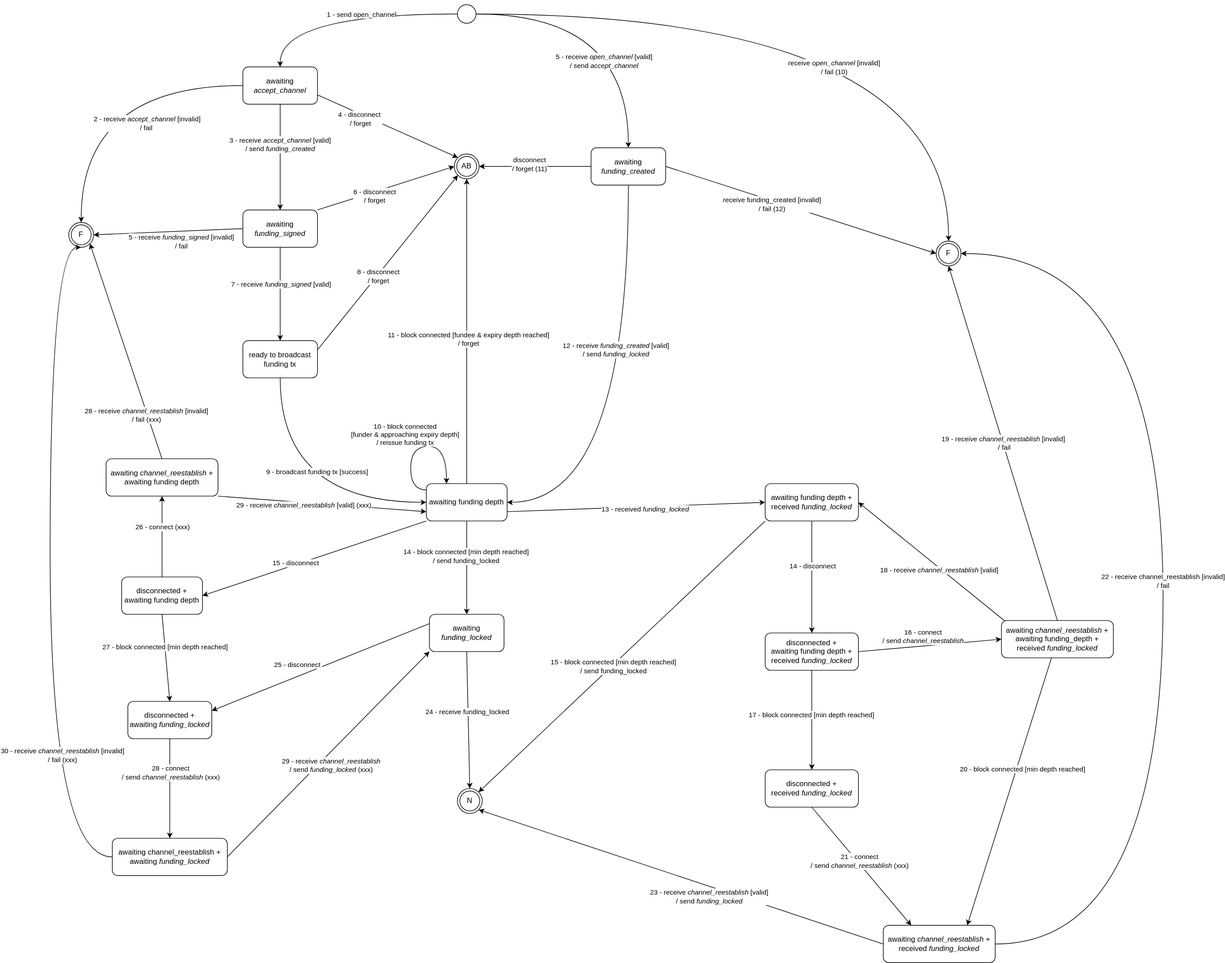
Above: docs/OpenChannel.svg in node-lightning/node-lightning (draw.io), before the change. Source tidied: cells renumbered, new cells last; positions are measured from the earlier drawing's top-left corner, leaving out a move shared by most shapes.
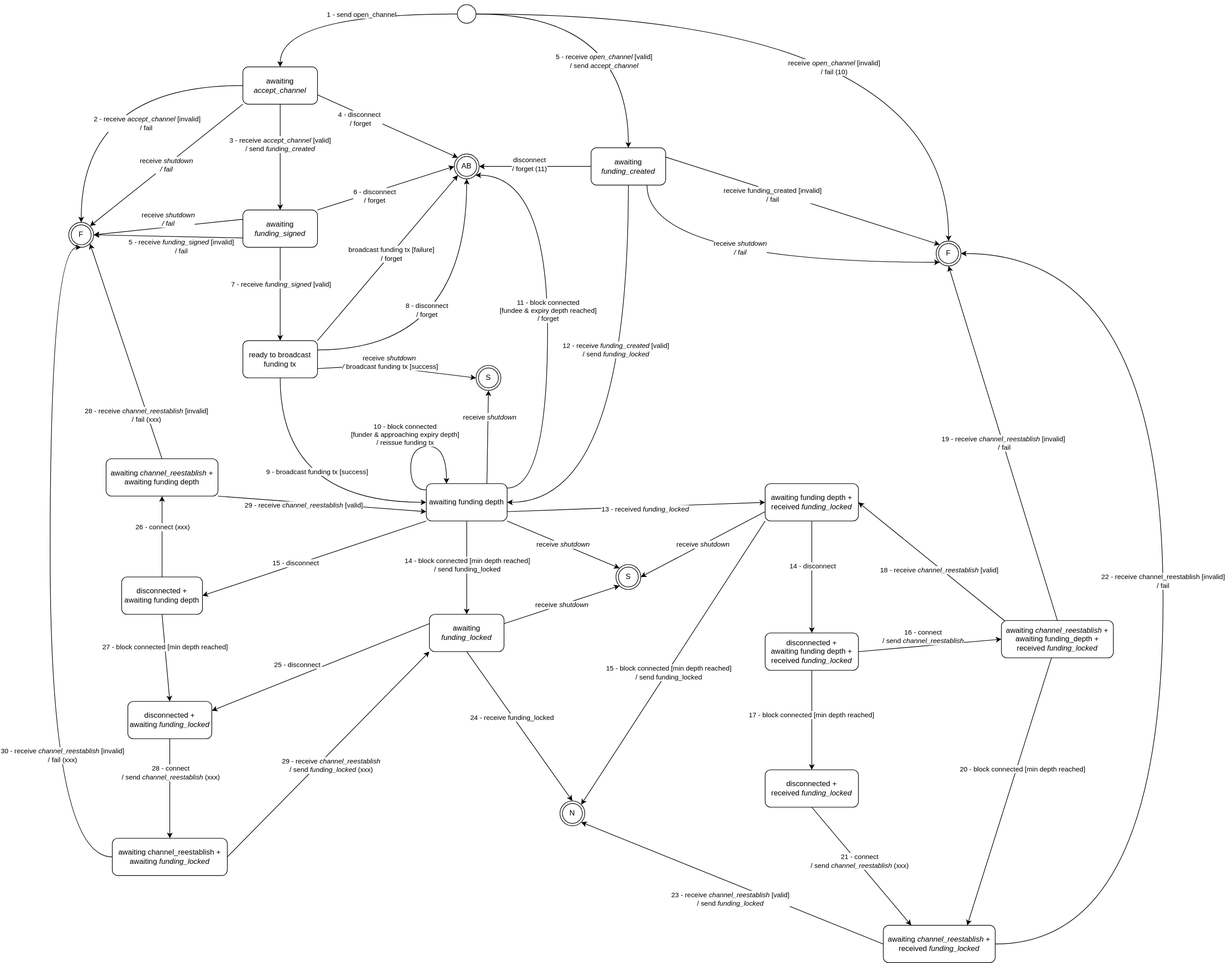
Above is the later version.

Commit message:
docs: add shutdown to open channel graph

Diff of the diagram source:
```diff
@@ -49,6 +49,9 @@
         <mxPoint x="41" y="12" as="offset" />
       </mxGeometry>
     </mxCell>
+    <mxCell id="96" value="receive &lt;i&gt;shutdown&lt;br&gt;/ fail&lt;br&gt;&lt;/i&gt;" style="rounded=0;jettySize=auto;html=1;exitX=0;exitY=1;exitDx=0;exitDy=0;entryX=1;entryY=0;entryDx=0;entryDy=0;" parent="1" edge="1" source="13" target="44">
+      <mxGeometry relative="1" as="geometry" />
+    </mxCell>
     <mxCell id="13" value="awaiting &lt;i&gt;accept_channel&lt;/i&gt;" style="rounded=1;whiteSpace=wrap;html=1;" parent="1" vertex="1">
       <mxGeometry x="310" y="100" width="120" height="60" as="geometry" />
     </mxCell>
@@ -58,7 +61,7 @@
     <mxCell id="15" value="3 - receive &lt;i&gt;accept_channel&amp;nbsp;&lt;/i&gt;[valid]&lt;br&gt;/ send &lt;i&gt;funding_created&lt;/i&gt;" style="edgeLabel;html=1;align=center;verticalAlign=middle;" parent="14" vertex="1">
       <mxGeometry x="-0.24" y="-1" relative="1" as="geometry" />
     </mxCell>
-    <mxCell id="16" style="rounded=0;jettySize=auto;html=1;exitX=0;exitY=0.5;exitDx=0;exitDy=0;entryX=1;entryY=0.5;entryDx=0;entryDy=0;" parent="1" edge="1" source="22" target="44">
+    <mxCell id="16" style="rounded=0;jettySize=auto;html=1;exitX=0;exitY=0.75;exitDx=0;exitDy=0;entryX=1;entryY=0.5;entryDx=0;entryDy=0;" parent="1" edge="1" source="22" target="44">
       <mxGeometry relative="1" as="geometry" />
     </mxCell>
     <mxCell id="17" value="5 - receive &lt;i&gt;funding_signed&lt;/i&gt; [invalid]&lt;br&gt;/ fail" style="edgeLabel;html=1;align=center;verticalAlign=middle;" parent="16" vertex="1">
@@ -85,25 +88,53 @@
         <mxPoint x="15" y="7" as="offset" />
       </mxGeometry>
     </mxCell>
+    <mxCell id="97" value="receive &lt;i&gt;shutdown &lt;br&gt;/ fail&lt;/i&gt;" style="edgeStyle=none;rounded=0;jettySize=auto;html=1;exitX=0;exitY=0.25;exitDx=0;exitDy=0;" parent="1" edge="1" source="22">
+      <mxGeometry x="-0.01" y="-12" relative="1" as="geometry">
+        <mxPoint x="70" y="370" as="targetPoint" />
+      </mxGeometry>
+    </mxCell>
     <mxCell id="22" value="awaiting&lt;br&gt;&lt;i&gt;funding_signed&lt;/i&gt;" style="whiteSpace=wrap;html=1;rounded=1;" parent="1" vertex="1">
       <mxGeometry x="310" y="330" width="120" height="60" as="geometry" />
     </mxCell>
     <mxCell id="23" style="jettySize=auto;html=1;exitX=0.5;exitY=1;exitDx=0;exitDy=0;entryX=0;entryY=0.5;entryDx=0;entryDy=0;edgeStyle=orthogonalEdgeStyle;curved=1;" parent="1" edge="1" source="27" target="36">
-      <mxGeometry relative="1" as="geometry" />
+      <mxGeometry relative="1" as="geometry">
+        <Array as="points">
+          <mxPoint x="370" y="800" />
+        </Array>
+      </mxGeometry>
     </mxCell>
     <mxCell id="24" value="9 - broadcast funding tx [success]&amp;nbsp;" style="edgeLabel;html=1;align=center;verticalAlign=middle;" parent="23" vertex="1">
       <mxGeometry x="-0.12" y="8" relative="1" as="geometry">
         <mxPoint x="52" y="-41" as="offset" />
       </mxGeometry>
     </mxCell>
-    <mxCell id="25" style="jettySize=auto;html=1;exitX=1;exitY=0.25;exitDx=0;exitDy=0;entryX=0;entryY=1;entryDx=0;entryDy=0;" parent="1" edge="1" source="27" target="45">
-      <mxGeometry relative="1" as="geometry" />
+    <mxCell id="25" style="jettySize=auto;html=1;exitX=1;exitY=0.25;exitDx=0;exitDy=0;entryX=0.5;entryY=1;entryDx=0;entryDy=0;edgeStyle=orthogonalEdgeStyle;curved=1;" parent="1" edge="1" source="27" target="45">
+      <mxGeometry relative="1" as="geometry">
+        <Array as="points">
+          <mxPoint x="670" y="555" />
+        </Array>
+      </mxGeometry>
     </mxCell>
     <mxCell id="26" value="8 - disconnect&lt;br&gt;/ forget" style="edgeLabel;html=1;align=center;verticalAlign=middle;" parent="25" vertex="1">
       <mxGeometry x="-0.29" y="29" relative="1" as="geometry">
-        <mxPoint x="39" as="offset" />
+        <mxPoint x="-9" y="-36" as="offset" />
       </mxGeometry>
     </mxCell>
+    <mxCell id="98" value="receive&amp;nbsp;&lt;i&gt;shutdown&amp;nbsp;&lt;br&gt;/ &lt;/i&gt;broadcast funding tx [success]" style="edgeStyle=none;rounded=0;jettySize=auto;html=1;entryX=0;entryY=0.5;entryDx=0;entryDy=0;exitX=1;exitY=0.75;exitDx=0;exitDy=0;" parent="1" edge="1" source="27" target="108">
+      <mxGeometry x="-0.1" y="8" relative="1" as="geometry">
+        <Array as="points">
+          <mxPoint x="520" y="580" />
+        </Array>
+      </mxGeometry>
+    </mxCell>
+    <mxCell id="99" style="edgeStyle=none;rounded=0;jettySize=auto;html=1;exitX=1;exitY=0;exitDx=0;exitDy=0;entryX=0;entryY=1;entryDx=0;entryDy=0;" parent="1" edge="1" source="27" target="45">
+      <mxGeometry relative="1" as="geometry" />
+    </mxCell>
+    <mxCell id="100" value="broadcast funding tx [failure]&lt;br&gt;/ forget" style="edgeLabel;html=1;align=center;verticalAlign=middle;" parent="99" vertex="1">
+      <mxGeometry x="-0.23" relative="1" as="geometry">
+        <mxPoint x="31" y="-37" as="offset" />
+      </mxGeometry>
+    </mxCell>
     <mxCell id="27" value="ready to broadcast funding tx" style="whiteSpace=wrap;html=1;rounded=1;" parent="1" vertex="1">
       <mxGeometry x="310" y="540" width="120" height="60" as="geometry" />
     </mxCell>
@@ -111,7 +142,9 @@
       <mxGeometry relative="1" as="geometry" />
     </mxCell>
     <mxCell id="29" value="14 - block connected [min depth reached]&lt;br&gt;/ send funding_locked" style="edgeLabel;html=1;align=center;verticalAlign=middle;" parent="28" vertex="1">
-      <mxGeometry x="-0.25" y="-2" relative="1" as="geometry" />
+      <mxGeometry x="-0.25" y="-2" relative="1" as="geometry">
+        <mxPoint x="2" y="14" as="offset" />
+      </mxGeometry>
     </mxCell>
     <mxCell id="30" style="edgeStyle=none;jettySize=auto;html=1;exitX=0;exitY=1;exitDx=0;exitDy=0;elbow=vertical;entryX=1;entryY=0.5;entryDx=0;entryDy=0;" parent="1" edge="1" source="36" target="56">
       <mxGeometry relative="1" as="geometry" />
@@ -119,11 +152,18 @@
     <mxCell id="31" value="15 - disconnect" style="edgeLabel;html=1;align=center;verticalAlign=middle;" parent="30" vertex="1">
       <mxGeometry x="0.17" y="-3" relative="1" as="geometry" />
     </mxCell>
-    <mxCell id="32" style="edgeStyle=none;jettySize=auto;html=1;exitX=0.5;exitY=0;exitDx=0;exitDy=0;entryX=0.5;entryY=1;entryDx=0;entryDy=0;elbow=vertical;" parent="1" edge="1" source="36" target="45">
-      <mxGeometry relative="1" as="geometry" />
+    <mxCell id="32" style="edgeStyle=orthogonalEdgeStyle;jettySize=auto;html=1;exitX=1;exitY=0.117;exitDx=0;exitDy=0;entryX=1;entryY=1;entryDx=0;entryDy=0;elbow=vertical;exitPerimeter=0;curved=1;" parent="1" edge="1" source="36" target="45">
+      <mxGeometry relative="1" as="geometry">
+        <Array as="points">
+          <mxPoint x="800" y="777" />
+          <mxPoint x="800" y="274" />
+        </Array>
+      </mxGeometry>
     </mxCell>
-    <mxCell id="33" value="11 - block connected [fundee &amp;amp; expiry depth reached]&lt;br&gt;/ forget" style="edgeLabel;html=1;align=center;verticalAlign=middle;" parent="32" vertex="1">
-      <mxGeometry x="-0.05" y="-2" relative="1" as="geometry" />
+    <mxCell id="33" value="11 - block connected &lt;br&gt;[fundee &amp;amp; expiry depth reached]&lt;br&gt;/ forget" style="edgeLabel;html=1;align=center;verticalAlign=middle;" parent="32" vertex="1">
+      <mxGeometry x="-0.05" y="-2" relative="1" as="geometry">
+        <mxPoint x="-2" y="-26" as="offset" />
+      </mxGeometry>
     </mxCell>
     <mxCell id="34" style="edgeStyle=none;jettySize=auto;html=1;exitX=1;exitY=0.75;exitDx=0;exitDy=0;entryX=0;entryY=0.5;entryDx=0;entryDy=0;elbow=vertical;" parent="1" edge="1" source="36" target="67">
       <mxGeometry relative="1" as="geometry" />
@@ -131,13 +171,22 @@
     <mxCell id="35" value="13 - received &lt;i&gt;funding_locked&lt;/i&gt;" style="edgeLabel;html=1;align=center;verticalAlign=middle;" parent="34" vertex="1">
       <mxGeometry x="0.07" y="-4" relative="1" as="geometry" />
     </mxCell>
+    <mxCell id="101" style="rounded=0;jettySize=auto;html=1;exitX=0.75;exitY=0;exitDx=0;exitDy=0;entryX=0.5;entryY=1;entryDx=0;entryDy=0;" parent="1" edge="1" source="36" target="108">
+      <mxGeometry relative="1" as="geometry" />
+    </mxCell>
+    <mxCell id="102" value="receive &lt;i&gt;shutdown&lt;/i&gt;" style="edgeLabel;html=1;align=center;verticalAlign=middle;" parent="101" vertex="1">
+      <mxGeometry x="0.44" y="-2" relative="1" as="geometry" />
+    </mxCell>
+    <mxCell id="103" value="receive &lt;i&gt;shutdown&lt;/i&gt;" style="edgeStyle=none;rounded=0;jettySize=auto;html=1;exitX=1;exitY=1;exitDx=0;exitDy=0;entryX=0;entryY=0;entryDx=0;entryDy=0;" parent="1" edge="1" source="36" target="109">
+      <mxGeometry relative="1" as="geometry" />
+    </mxCell>
     <mxCell id="36" value="awaiting funding depth" style="whiteSpace=wrap;html=1;rounded=1;" parent="1" vertex="1">
       <mxGeometry x="605" y="770" width="130" height="60" as="geometry" />
     </mxCell>
-    <mxCell id="37" style="jettySize=auto;html=1;entryX=0;entryY=0.5;entryDx=0;entryDy=0;elbow=vertical;exitX=1;exitY=0.5;exitDx=0;exitDy=0;" parent="1" edge="1" source="42" target="46">
+    <mxCell id="37" style="jettySize=auto;html=1;entryX=0;entryY=0;entryDx=0;entryDy=0;elbow=vertical;exitX=1;exitY=0.25;exitDx=0;exitDy=0;" parent="1" edge="1" source="42" target="46">
       <mxGeometry relative="1" as="geometry" />
     </mxCell>
-    <mxCell id="38" value="receive funding_created [invalid]&lt;br&gt;/ fail (12)" style="edgeLabel;html=1;align=center;verticalAlign=middle;" parent="37" vertex="1">
+    <mxCell id="38" value="receive funding_created [invalid]&lt;br&gt;/ fail" style="edgeLabel;html=1;align=center;verticalAlign=middle;" parent="37" vertex="1">
       <mxGeometry x="-0.59" y="-20" relative="1" as="geometry">
         <mxPoint x="86" y="12" as="offset" />
       </mxGeometry>
@@ -149,8 +198,24 @@
       <mxGeometry x="0.11" y="-4" relative="1" as="geometry" />
     </mxCell>
     <mxCell id="41" value="12 - receive&amp;nbsp;&lt;i&gt;funding_created&lt;/i&gt;&amp;nbsp;[valid]&lt;br&gt;/ send&amp;nbsp;&lt;i&gt;funding_locked&lt;/i&gt;" style="edgeStyle=orthogonalEdgeStyle;curved=1;jettySize=auto;html=1;exitX=0.5;exitY=1;exitDx=0;exitDy=0;entryX=1;entryY=0.5;entryDx=0;entryDy=0;elbow=vertical;" parent="1" edge="1" source="42" target="36">
-      <mxGeometry x="-0.25" y="-20" relative="1" as="geometry" />
+      <mxGeometry x="-0.25" y="-20" relative="1" as="geometry">
+        <Array as="points">
+          <mxPoint x="930" y="800" />
+        </Array>
+      </mxGeometry>
     </mxCell>
+    <mxCell id="104" style="edgeStyle=orthogonalEdgeStyle;rounded=0;jettySize=auto;html=1;exitX=0.75;exitY=1;exitDx=0;exitDy=0;entryX=0;entryY=1;entryDx=0;entryDy=0;curved=1;" parent="1" edge="1" source="42" target="46">
+      <mxGeometry relative="1" as="geometry">
+        <Array as="points">
+          <mxPoint x="960" y="414" />
+        </Array>
+      </mxGeometry>
+    </mxCell>
+    <mxCell id="105" value="receive &lt;i&gt;shutdown&lt;br&gt;/ fail&lt;br&gt;&lt;/i&gt;" style="edgeLabel;html=1;align=center;verticalAlign=middle;" parent="104" vertex="1">
+      <mxGeometry x="-0.12" y="3" relative="1" as="geometry">
+        <mxPoint x="12" y="-21" as="offset" />
+      </mxGeometry>
+    </mxCell>
     <mxCell id="42" value="awaiting &lt;i&gt;funding_created&lt;/i&gt;" style="rounded=1;whiteSpace=wrap;html=1;" parent="1" vertex="1">
       <mxGeometry x="870" y="230" width="120" height="60" as="geometry" />
     </mxCell>
@@ -180,6 +245,9 @@
     <mxCell id="50" value="24 - receive funding_locked" style="edgeLabel;html=1;align=center;verticalAlign=middle;" parent="49" vertex="1">
       <mxGeometry x="-0.13" y="-2" relative="1" as="geometry" />
     </mxCell>
+    <mxCell id="106" value="receive &lt;i&gt;shutdown&lt;/i&gt;" style="rounded=0;jettySize=auto;html=1;exitX=1;exitY=0.25;exitDx=0;exitDy=0;entryX=0;entryY=1;entryDx=0;entryDy=0;" parent="1" edge="1" source="51" target="109">
+      <mxGeometry relative="1" as="geometry" />
+    </mxCell>
     <mxCell id="51" value="awaiting &lt;i&gt;funding_locked&lt;/i&gt;" style="whiteSpace=wrap;html=1;rounded=1;" parent="1" vertex="1">
       <mxGeometry x="610" y="980" width="120" height="60" as="geometry" />
     </mxCell>
@@ -199,7 +267,7 @@
       <mxGeometry x="115" y="920" width="130" height="60" as="geometry" />
     </mxCell>
     <mxCell id="57" value="N" style="ellipse;shape=doubleEllipse;whiteSpace=wrap;html=1;" parent="1" vertex="1">
-      <mxGeometry x="655" y="1260" width="40" height="40" as="geometry" />
+      <mxGeometry x="820" y="1280" width="40" height="40" as="geometry" />
     </mxCell>
     <mxCell id="58" style="edgeStyle=none;jettySize=auto;html=1;exitX=1;exitY=0.5;exitDx=0;exitDy=0;entryX=0;entryY=1;entryDx=0;entryDy=0;elbow=vertical;" parent="1" edge="1" source="85" target="51">
       <mxGeometry relative="1" as="geometry" />
@@ -230,6 +298,9 @@
     <mxCell id="66" value="15 - block connected [min depth reached]&lt;br&gt;/ send funding_locked" style="edgeLabel;html=1;align=center;verticalAlign=middle;" parent="65" vertex="1">
       <mxGeometry x="0.06" y="2" relative="1" as="geometry" />
     </mxCell>
+    <mxCell id="107" value="receive &lt;i&gt;shutdown&lt;/i&gt;" style="edgeStyle=none;rounded=0;jettySize=auto;html=1;exitX=0;exitY=0.75;exitDx=0;exitDy=0;entryX=1;entryY=0.5;entryDx=0;entryDy=0;" parent="1" edge="1" source="67" target="109">
+      <mxGeometry relative="1" as="geometry" />
+    </mxCell>
     <mxCell id="67" value="awaiting funding depth +&lt;br&gt;received &lt;i&gt;funding_locked&lt;/i&gt;" style="rounded=1;whiteSpace=wrap;html=1;" parent="1" vertex="1">
       <mxGeometry x="1150" y="770" width="150" height="60" as="geometry" />
     </mxCell>
@@ -288,7 +359,7 @@
     <mxCell id="80" style="edgeStyle=none;jettySize=auto;html=1;exitX=1;exitY=1;exitDx=0;exitDy=0;entryX=0;entryY=0.75;entryDx=0;entryDy=0;elbow=vertical;" parent="1" edge="1" source="82" target="36">
       <mxGeometry relative="1" as="geometry" />
     </mxCell>
-    <mxCell id="81" value="29 - receive &lt;i&gt;channel_reestablish&lt;/i&gt; [valid] (xxx)" style="edgeLabel;html=1;align=center;verticalAlign=middle;" parent="80" vertex="1">
+    <mxCell id="81" value="29 - receive &lt;i&gt;channel_reestablish&lt;/i&gt; [valid]" style="edgeLabel;html=1;align=center;verticalAlign=middle;" parent="80" vertex="1">
       <mxGeometry x="-0.36" y="1" relative="1" as="geometry">
         <mxPoint x="30" y="7" as="offset" />
       </mxGeometry>
@@ -351,5 +422,11 @@
     <mxCell id="95" value="awaiting &lt;i&gt;channel_reestablish&lt;/i&gt; +&lt;br&gt;received &lt;i&gt;funding_locked&lt;/i&gt;" style="whiteSpace=wrap;html=1;rounded=1;" parent="1" vertex="1">
       <mxGeometry x="1340" y="1480" width="180" height="60" as="geometry" />
     </mxCell>
+    <mxCell id="108" value="S" style="ellipse;shape=doubleEllipse;whiteSpace=wrap;html=1;" parent="1" vertex="1">
+      <mxGeometry x="685" y="580" width="40" height="40" as="geometry" />
+    </mxCell>
+    <mxCell id="109" value="S" style="ellipse;shape=doubleEllipse;whiteSpace=wrap;html=1;" parent="1" vertex="1">
+      <mxGeometry x="910" y="900" width="40" height="40" as="geometry" />
+    </mxCell>
   </root>
 </mxGraphModel>
```
